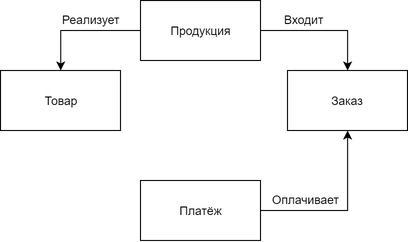
SergeiRussov/rd-epam-java-2020-supplier keeps this draw.io diagram as ms-supplier-db/models/Conceptual.png. Above is the earlier version. Source tidied: cells renumbered, new cells last; positions are measured from the earlier drawing's top-left corner, leaving out a move shared by most shapes.
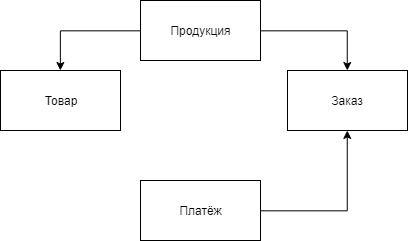
After the commit.

Commit message:
Fix RDBMS models 2.0

Diff of the diagram source:
```diff
@@ -27,14 +27,5 @@
     <mxCell id="8" value="Платёж" style="rounded=0;whiteSpace=wrap;html=1;" parent="1" vertex="1">
       <mxGeometry x="140" y="180" width="120" height="60" as="geometry" />
     </mxCell>
-    <mxCell id="9" value="Реализует" style="text;html=1;align=left;verticalAlign=top;spacingTop=-4;" parent="1" vertex="1">
-      <mxGeometry x="60" y="10" width="70" height="20" as="geometry" />
-    </mxCell>
-    <mxCell id="10" value="Входит" style="text;html=1;align=left;verticalAlign=top;spacingTop=-4;" parent="1" vertex="1">
-      <mxGeometry x="282" y="10" width="50" height="20" as="geometry" />
-    </mxCell>
-    <mxCell id="11" value="Оплачивает" style="text;html=1;align=left;verticalAlign=top;spacingTop=-4;" parent="1" vertex="1">
-      <mxGeometry x="270" y="190" width="80" height="20" as="geometry" />
-    </mxCell>
   </root>
 </mxGraphModel>
```
